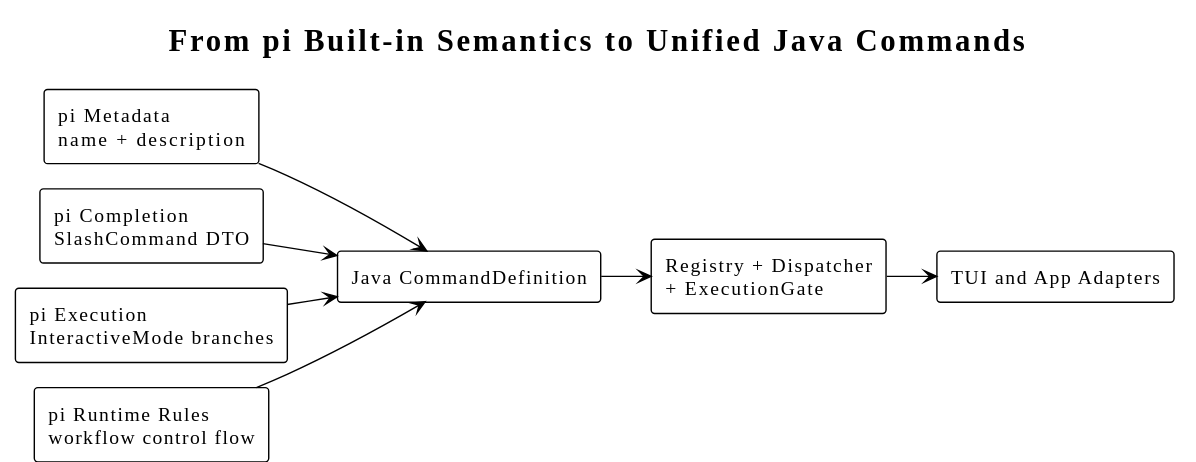
The PlantUML diagram diagrams/command/01-source-to-target-overview.svg in superheromeZzh/pi-mono-java-design, before a commit. Its diagram source:
```plantuml
@startuml
!theme plain
!pragma layout smetana
skinparam defaultFontName "SansSerif"
skinparam shadowing false
skinparam backgroundColor transparent
title From pi Built-in Semantics to Unified Java Commands

left to right direction
rectangle "pi Metadata\nname + description" as Metadata
rectangle "pi Completion\nSlashCommand DTO" as Completion
rectangle "pi Execution\nInteractiveMode branches" as Execution
rectangle "pi Runtime Rules\nworkflow control flow" as RuntimeRules
rectangle "Java CommandDefinition" as Definition
rectangle "Registry + Dispatcher\n+ ExecutionGate" as Core
rectangle "TUI and App Adapters" as Clients

Metadata --> Definition
Completion --> Definition
Execution --> Definition
RuntimeRules --> Definition
Definition --> Core
Core --> Clients
@enduml
```
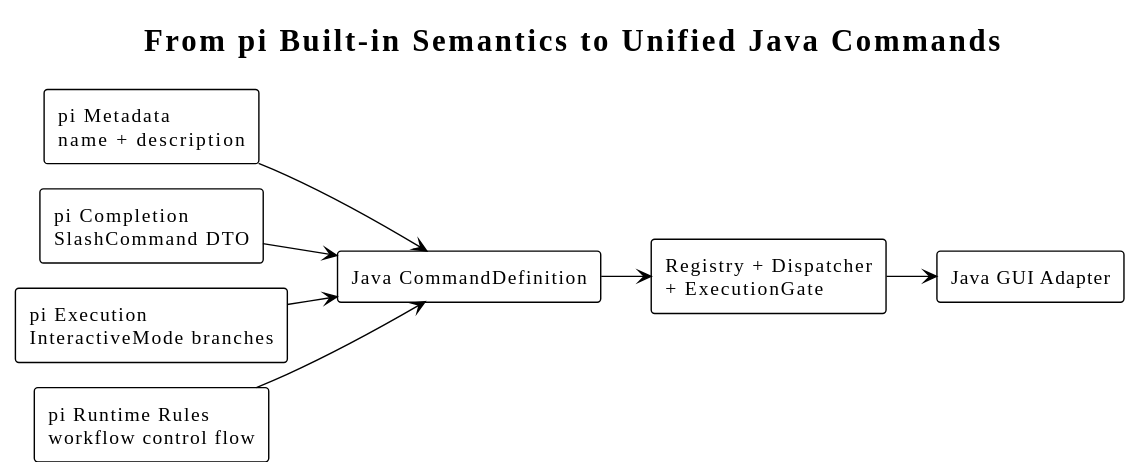
After the commit.

The edit, as a diff of the source:
```diff
@@ -13,7 +13,7 @@
 rectangle "pi Runtime Rules\nworkflow control flow" as RuntimeRules
 rectangle "Java CommandDefinition" as Definition
 rectangle "Registry + Dispatcher\n+ ExecutionGate" as Core
-rectangle "TUI and App Adapters" as Clients
+rectangle "Java GUI Adapter" as Clients
 
 Metadata --> Definition
 Completion --> Definition
```
